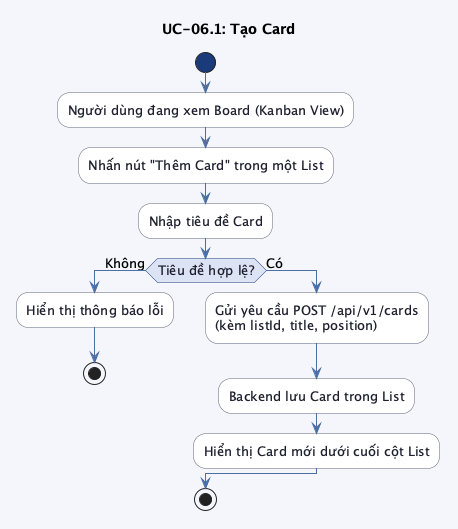
trongnhan34vn/trello-report keeps this PlantUML diagram as src/images/chap3/activity_uc06_1.png. Above is the earlier version.
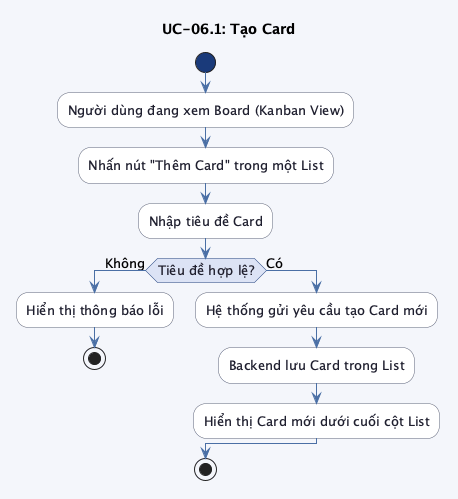
After the change.

What changed in the source:
```diff
@@ -27,7 +27,7 @@
     :Hiển thị thông báo lỗi;
     stop
 else (Có)
-    :Gửi yêu cầu POST /api/v1/cards\n(kèm listId, title, position);
+    :Hệ thống gửi yêu cầu tạo Card mới;
     :Backend lưu Card trong List;
     :Hiển thị Card mới dưới cuối cột List;
 endif
```
